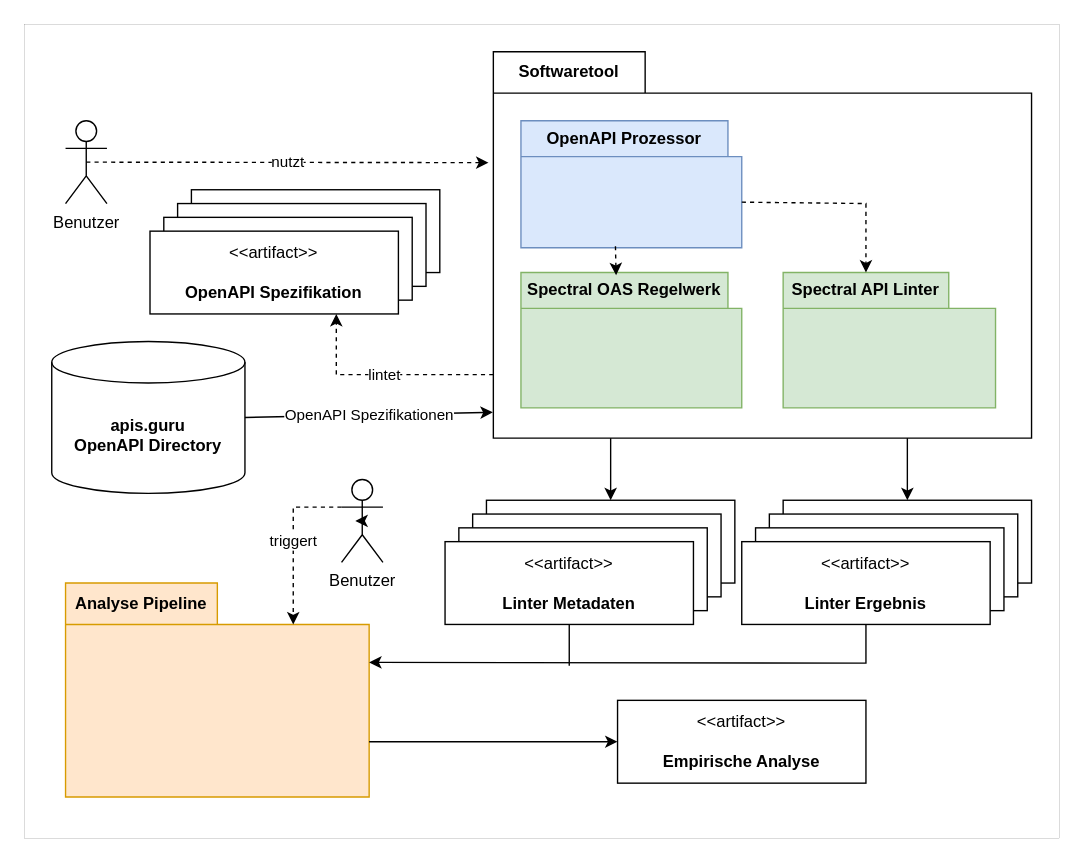
Before: requirements/diagram/contextview.drawio in paulbrenker/thesis, a draw.io diagram. Source tidied: cells renumbered, new cells numbered last; positions are measured from the earlier drawing's top-left corner, leaving out a move shared by most shapes. Both pictures are drawn from the tidied source at 138%, with x=0, y=0 at pixel (23, 23).
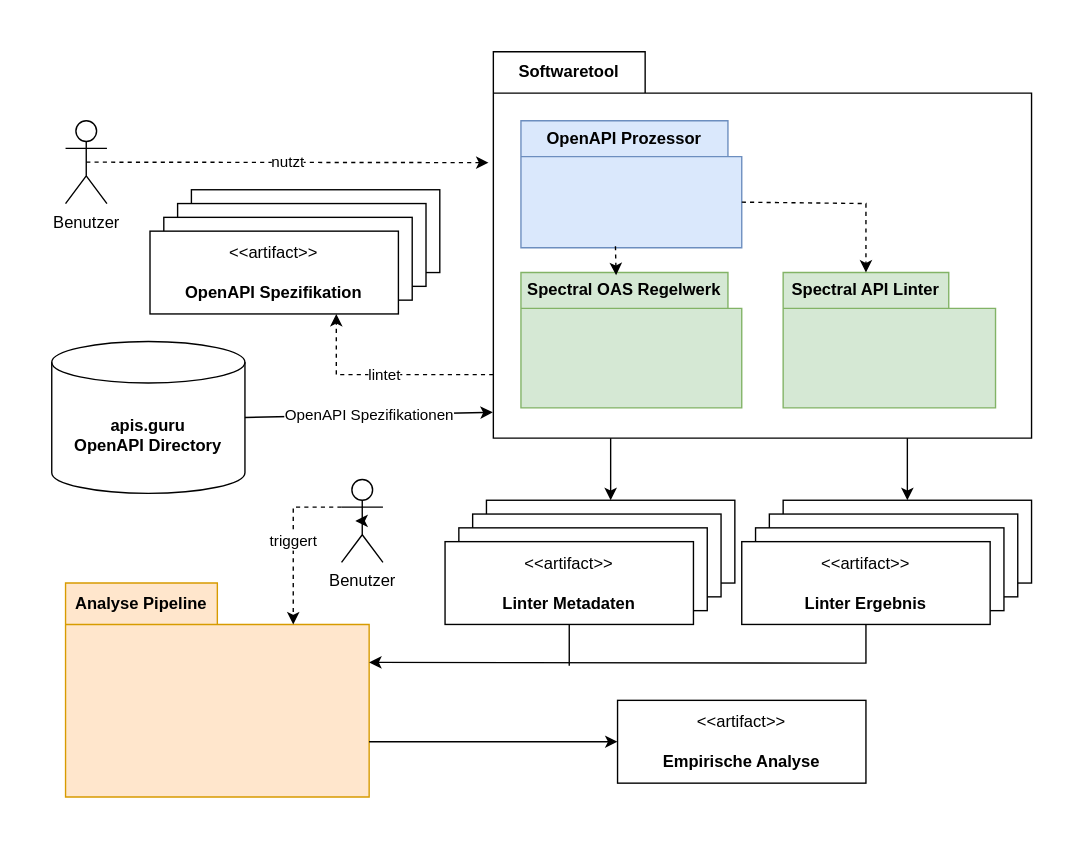
The same diagram, later.

Change to the diagram source:
```diff
@@
-    <mxCell id="2" style="rounded=0;whiteSpace=wrap;html=1;strokeColor=default;strokeWidth=0;" parent="1" vertex="1">
+    <mxCell id="2" style="rounded=0;whiteSpace=wrap;html=1;strokeColor=none;strokeWidth=0;" parent="1" vertex="1">
       <mxGeometry width="750" height="590" as="geometry" />
     </mxCell>
```
